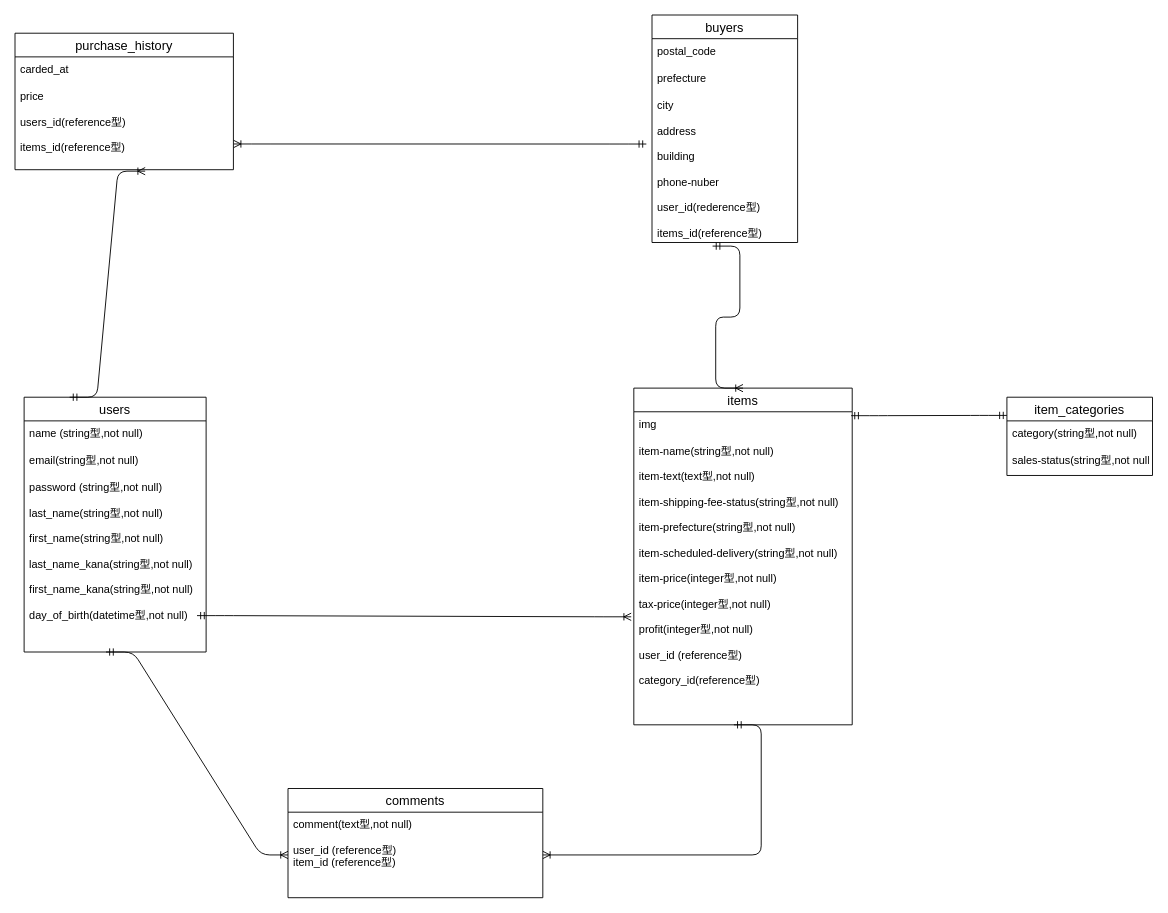
rei1129/furima-30969 keeps this draw.io diagram as ER.dio. Above is the earlier version. Source tidied: cells renumbered, new cells numbered last; positions are measured from the earlier drawing's top-left corner, leaving out a move shared by most shapes. Both pictures are drawn from the tidied source at 91%, with x=0, y=0 at pixel (15, 15).
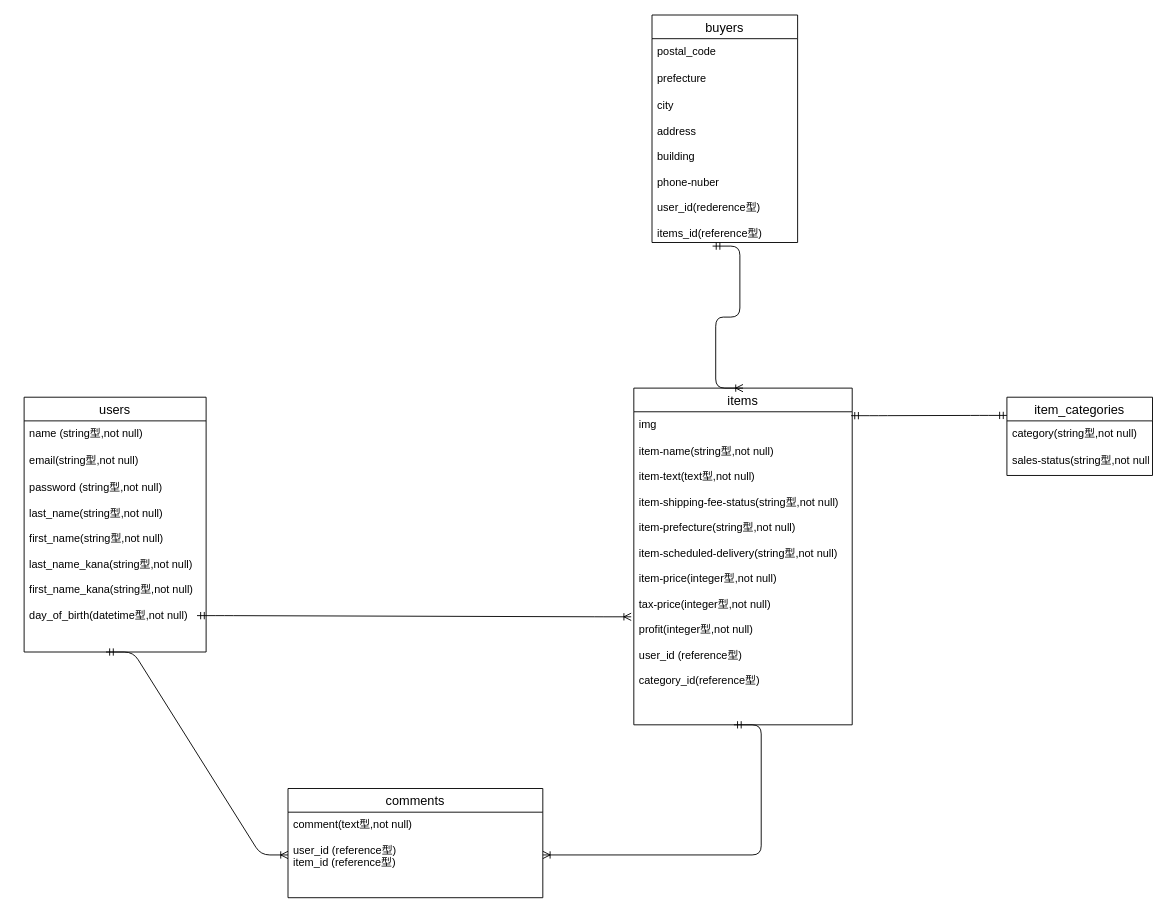
The same diagram, later.

Commit message (it also covers changes not shown here):
DBテーブル設計#2

The change refers to these unchanged cells:
```xml
<mxCell id="2" value="users" style="swimlane;fontStyle=0;horizontal=1;startSize=26;align=center;fontSize=14;" parent="1" vertex="1">
  <mxGeometry x="10" y="420" width="200" height="280" as="geometry" />
</mxCell>
<mxCell id="18" value="city&#10;&#10;address&#10;&#10;building&#10;&#10;phone-nuber&#10;&#10;user_id(rederence型)&#10;&#10;items_id(reference型)" style="text;strokeColor=none;fillColor=none;spacingLeft=4;spacingRight=4;overflow=hidden;points=[[0,0.5],[1,0.5]];portConstraint=eastwest;fontSize=12;" parent="15" vertex="1">
  <mxGeometry y="86" width="160" height="164" as="geometry" />
</mxCell>
```

What changed in the source:
```diff
@@
-    <mxCell id="19" value="purchase_history" style="swimlane;fontStyle=0;horizontal=1;startSize=26;align=center;fontSize=14;" parent="1" vertex="1">
-      <mxGeometry y="20" width="240" height="150" as="geometry" />
-    </mxCell>
-    <mxCell id="20" value="carded_at" style="text;strokeColor=none;fillColor=none;spacingLeft=4;spacingRight=4;overflow=hidden;fontSize=12;" parent="19" vertex="1">
-      <mxGeometry y="26" width="240" height="30" as="geometry" />
-    </mxCell>
-    <mxCell id="21" value="price&#10;&#10;users_id(reference型)&#10;&#10;items_id(reference型)" style="text;strokeColor=none;fillColor=none;spacingLeft=4;spacingRight=4;overflow=hidden;points=[[0,0.5],[1,0.5]];portConstraint=eastwest;fontSize=12;" parent="19" vertex="1">
-      <mxGeometry y="56" width="240" height="94" as="geometry" />
-    </mxCell>
@@
-    <mxCell id="26" style="edgeStyle=entityRelationEdgeStyle;fontSize=12;html=1;endArrow=ERoneToMany;startArrow=ERmandOne;entryX=0.596;entryY=1.017;entryDx=0;entryDy=0;entryPerimeter=0;exitX=0.25;exitY=0;exitDx=0;exitDy=0;" parent="1" edge="1" source="2" target="21">
-      <mxGeometry relative="1" as="geometry" />
-    </mxCell>
-    <mxCell id="27" style="edgeStyle=entityRelationEdgeStyle;fontSize=12;html=1;endArrow=ERoneToMany;startArrow=ERmandOne;entryX=1.001;entryY=0.699;entryDx=0;entryDy=0;entryPerimeter=0;exitX=-0.039;exitY=0.34;exitDx=0;exitDy=0;exitPerimeter=0;" parent="1" edge="1" source="18" target="21">
-      <mxGeometry relative="1" as="geometry" />
-    </mxCell>
```
